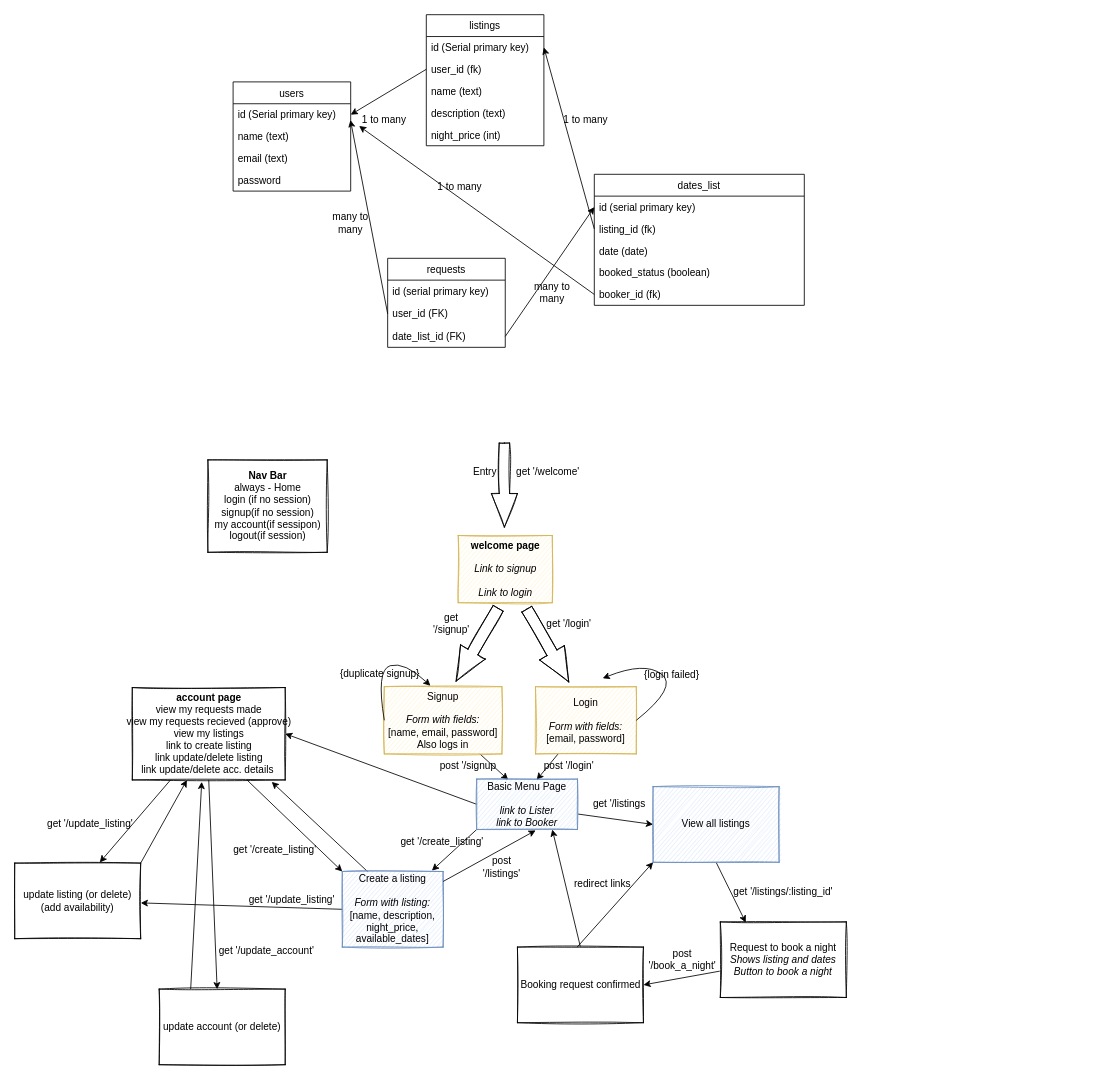
HOOLAHAN/arkle-bnb keeps this draw.io diagram as Design.drawio. Above is the earlier version. Source tidied: cells renumbered, new cells numbered last; positions are measured from the earlier drawing's top-left corner, leaving out a move shared by most shapes. Both pictures are drawn from the tidied source at 84%, with x=0, y=0 at pixel (14, 14).
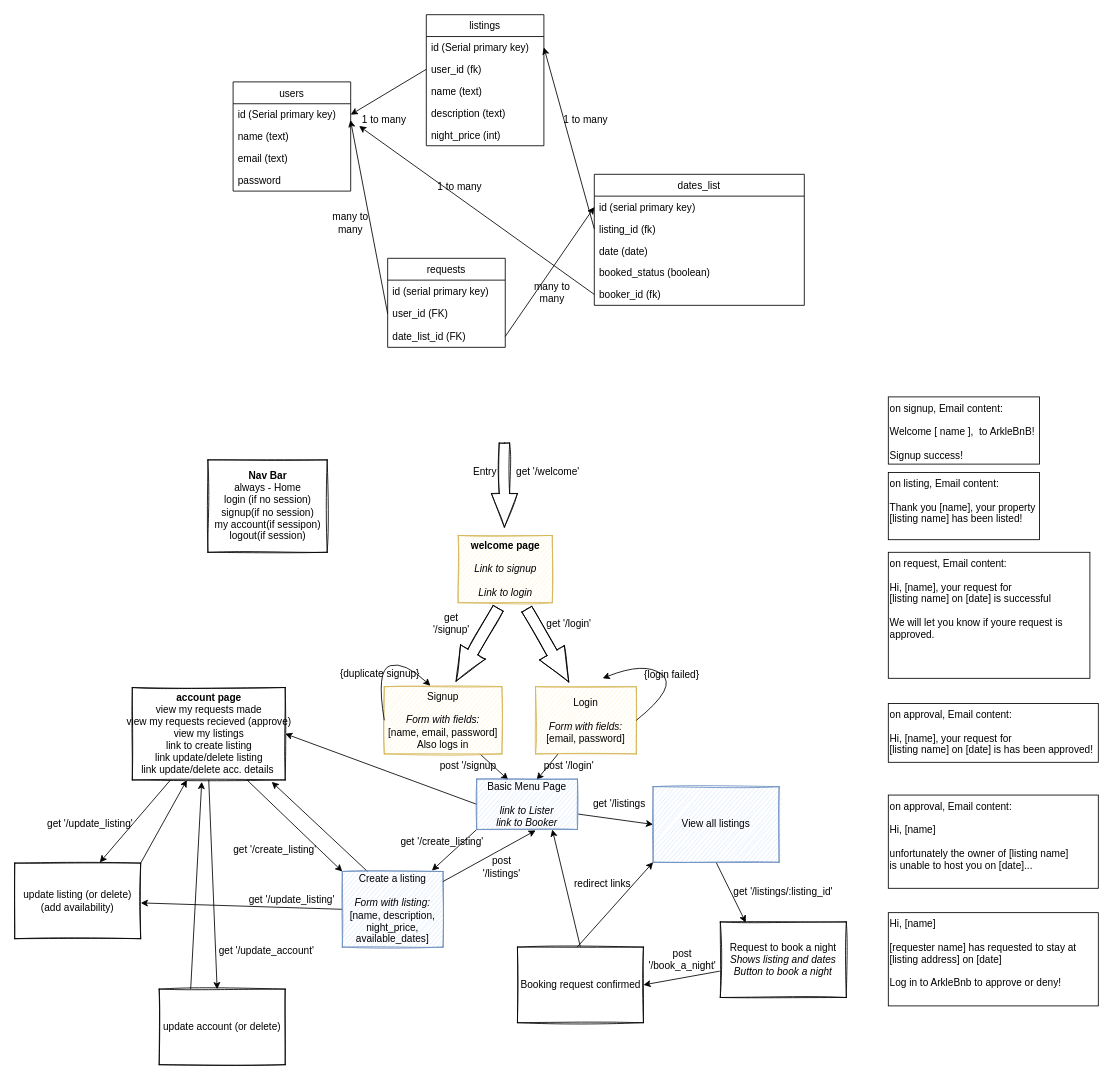
Above is the later version.

Commit message:
updated drawio to include email flowchart

Change to the diagram source:
```diff
@@
+    <mxCell id="85" value="on signup, Email content:&#10;&#10;Welcome [ name ],  to ArkleBnB!&#10; &#10;Signup success!&#10;" style="align=left;verticalAlign=top;" parent="1" vertex="1">
+      <mxGeometry x="1040" y="455" width="180" height="80" as="geometry" />
+    </mxCell>
+    <mxCell id="86" value="on listing, Email content:&#10;&#10;Thank you [name], your property&#10;[listing name] has been listed!&#10;" style="align=left;verticalAlign=top;" parent="1" vertex="1">
+      <mxGeometry x="1040" y="545" width="180" height="80" as="geometry" />
+    </mxCell>
+    <mxCell id="87" style="edgeStyle=none;html=1;exitX=1;exitY=0.5;exitDx=0;exitDy=0;" parent="1" edge="1" source="88">
+      <mxGeometry relative="1" as="geometry">
+        <mxPoint x="1250" y="715" as="targetPoint" />
+      </mxGeometry>
+    </mxCell>
+    <mxCell id="88" value="on request, Email content:&#10;&#10;Hi, [name], your request for&#10;[listing name] on [date] is successful&#10;&#10;We will let you know if youre request is&#10;approved." style="align=left;verticalAlign=top;" parent="1" vertex="1">
+      <mxGeometry x="1040" y="640" width="240" height="150" as="geometry" />
+    </mxCell>
+    <mxCell id="89" value="on approval, Email content:&#10;&#10;Hi, [name], your request for&#10;[listing name] on [date] is has been approved!&#10;&#10;" style="align=left;verticalAlign=top;" parent="1" vertex="1">
+      <mxGeometry x="1040" y="820" width="250" height="70" as="geometry" />
+    </mxCell>
+    <mxCell id="90" value="on approval, Email content:&#10;&#10;Hi, [name]&#10;&#10;unfortunately the owner of [listing name]&#10;is unable to host you on [date]...&#10;&#10;" style="align=left;verticalAlign=top;" parent="1" vertex="1">
+      <mxGeometry x="1040" y="929" width="250" height="111" as="geometry" />
+    </mxCell>
+    <mxCell id="91" value="Hi, [name]&#10;&#10;[requester name] has requested to stay at&#10;[listing address] on [date]&#10;&#10;Log in to ArkleBnb to approve or deny!" style="align=left;verticalAlign=top;" parent="1" vertex="1">
+      <mxGeometry x="1040" y="1069" width="250" height="111" as="geometry" />
+    </mxCell>
```
